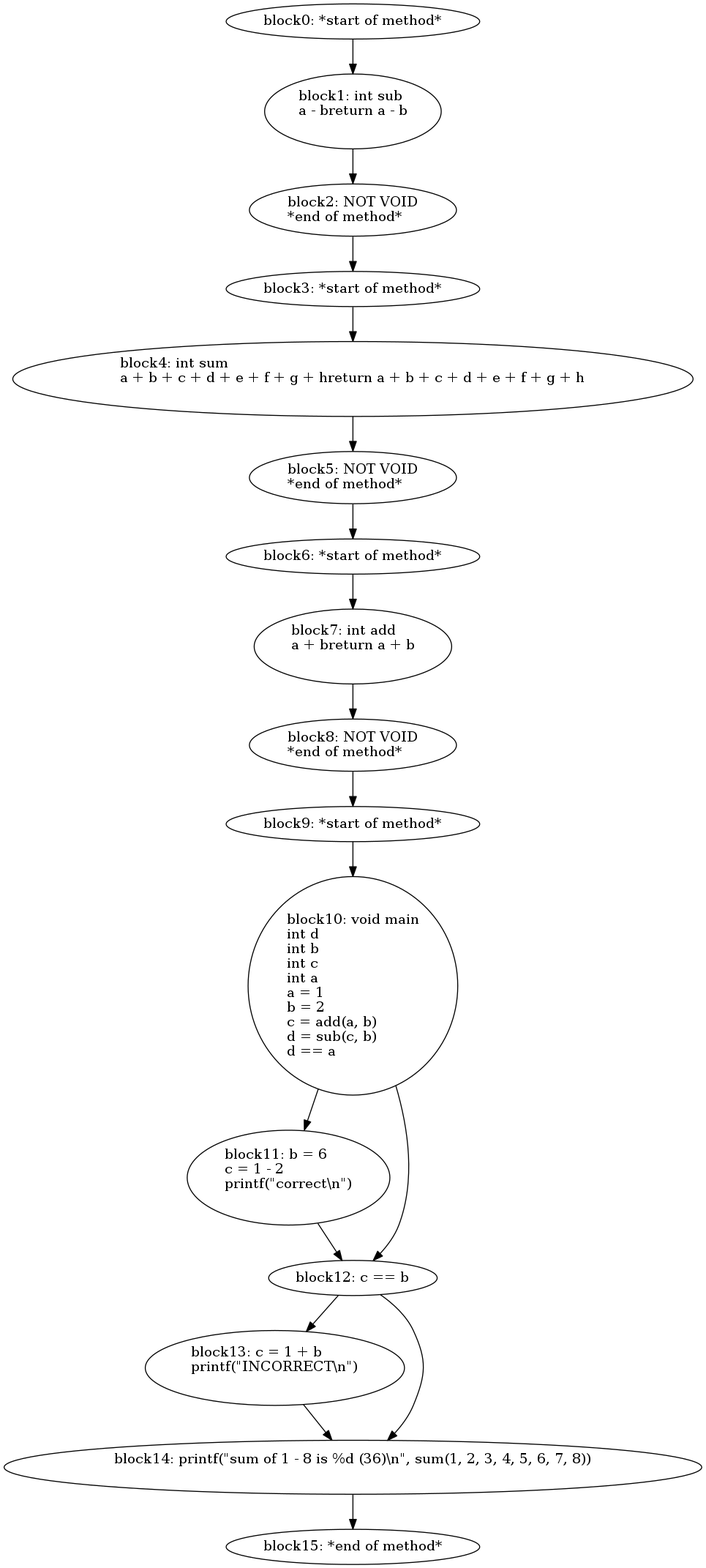
The Graphviz diagram foo.png in jimmyz42/CCompiler, before a commit. Its source is kept beside it as foo.dot.
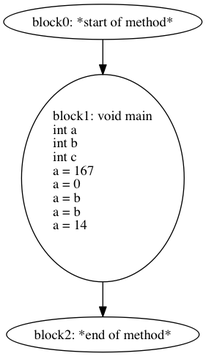
The same diagram one commit later.

Change to the diagram source:
```diff
@@ -1,35 +1,7 @@
 digraph G {
   block0 [ label="block0: *start\ of\ method*\l" ];
-  block1 [ label="block1: int\ sub\la\ -\ breturn\ a\ -\ b\l\l" ];
-  block2 [ label="block2: NOT\ VOID\l*end\ of\ method*\l" ];
-  block3 [ label="block3: *start\ of\ method*\l" ];
-  block4 [ label="block4: int\ sum\la\ +\ b\ +\ c\ +\ d\ +\ e\ +\ f\ +\ g\ +\ hreturn\ a\ +\ b\ +\ c\ +\ d\ +\ e\ +\ f\ +\ g\ +\ h\l\l" ];
-  block5 [ label="block5: NOT\ VOID\l*end\ of\ method*\l" ];
-  block6 [ label="block6: *start\ of\ method*\l" ];
-  block7 [ label="block7: int\ add\la\ =\ a\ +\ b\la\ +\ breturn\ a\ +\ b\l\l" ];
-  block8 [ label="block8: NOT\ VOID\l*end\ of\ method*\l" ];
-  block9 [ label="block9: *start\ of\ method*\l" ];
-  block10 [ label="block10: void\ main\lint\ d\lint\ b\lint\ c\lint\ a\la\ =\ 1\lb\ =\ 2\lc\ =\ add\(a\,\ b\)\ld\ =\ sub\(c\,\ b\)\ld\ ==\ a\l" ];
-  block11 [ label="block11: b\ =\ 6\lc\ =\ 1\ -\ 2\lprintf\(\"correct\\n\"\)\l\l" ];
-  block12 [ label="block12: c\ ==\ b\l" ];
-  block13 [ label="block13: c\ =\ 1\ +\ b\lprintf\(\"INCORRECT\\n\"\)\l\l" ];
-  block14 [ label="block14: printf\(\"sum\ of\ 1\ -\ 8\ is\ %d\ \(36\)\\n\"\,\ sum\(1\,\ 2\,\ 3\,\ 4\,\ 5\,\ 6\,\ 7\,\ 8\)\)\l\l" ];
-  block15 [ label="block15: *end\ of\ method*\l" ];
+  block1 [ label="block1: void\ main\lint\ a\lint\ b\lint\ c\la\ =\ 167\la\ =\ 0\la\ =\ b\la\ =\ b\la\ =\ 14\l\l" ];
+  block2 [ label="block2: *end\ of\ method*\l" ];
   block0 -> block1;
   block1 -> block2;
-  block2 -> block3;
-  block3 -> block4;
-  block4 -> block5;
-  block5 -> block6;
-  block6 -> block7;
-  block7 -> block8;
-  block8 -> block9;
-  block9 -> block10;
-  block10 -> block11;
-  block11 -> block12;
-  block12 -> block13;
-  block13 -> block14;
-  block14 -> block15;
-  block12 -> block14;
-  block10 -> block12;
 }
```
